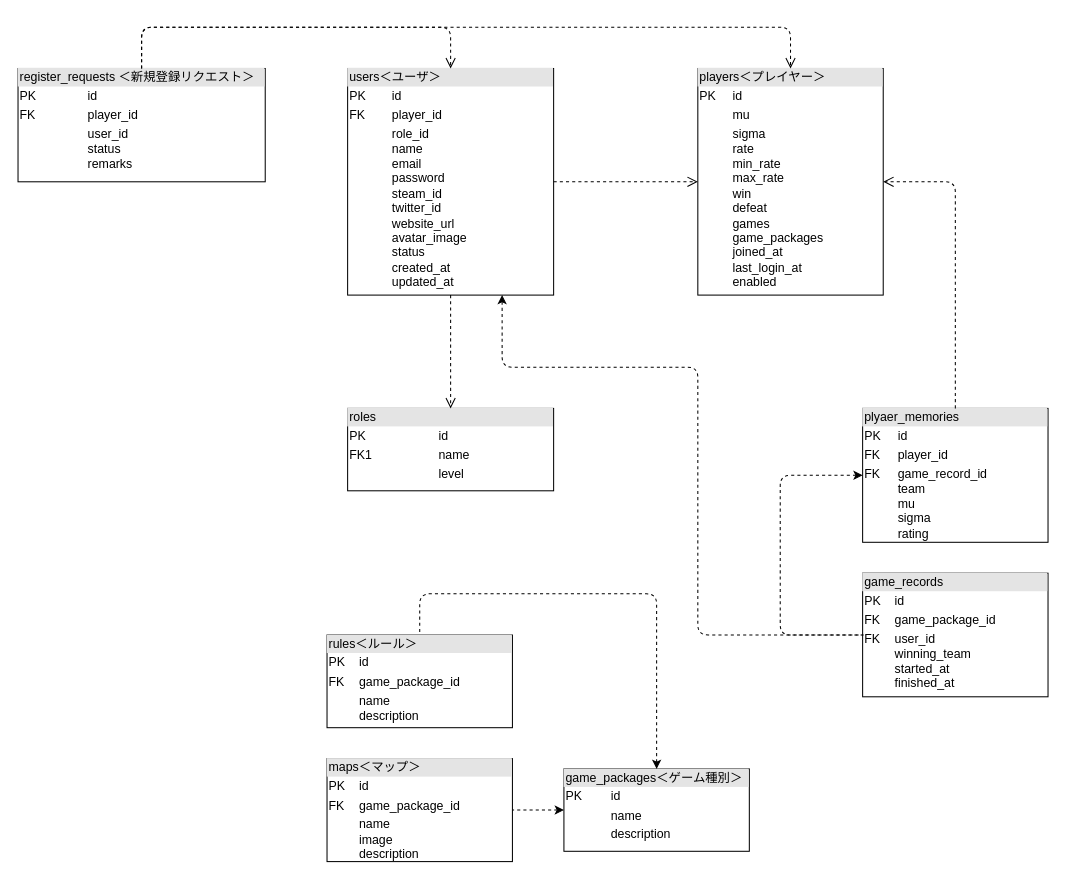
This is docs/wzn_テーブル設計.drawio from sokorahen-szk/warzone-aoe, a draw.io file, before an edit. Source tidied: cells renumbered, new cells numbered last; positions are measured from the earlier drawing's top-left corner, leaving out a move shared by most shapes. Both pictures are drawn from the tidied source at 103%, with x=0, y=0 at pixel (18, 27).
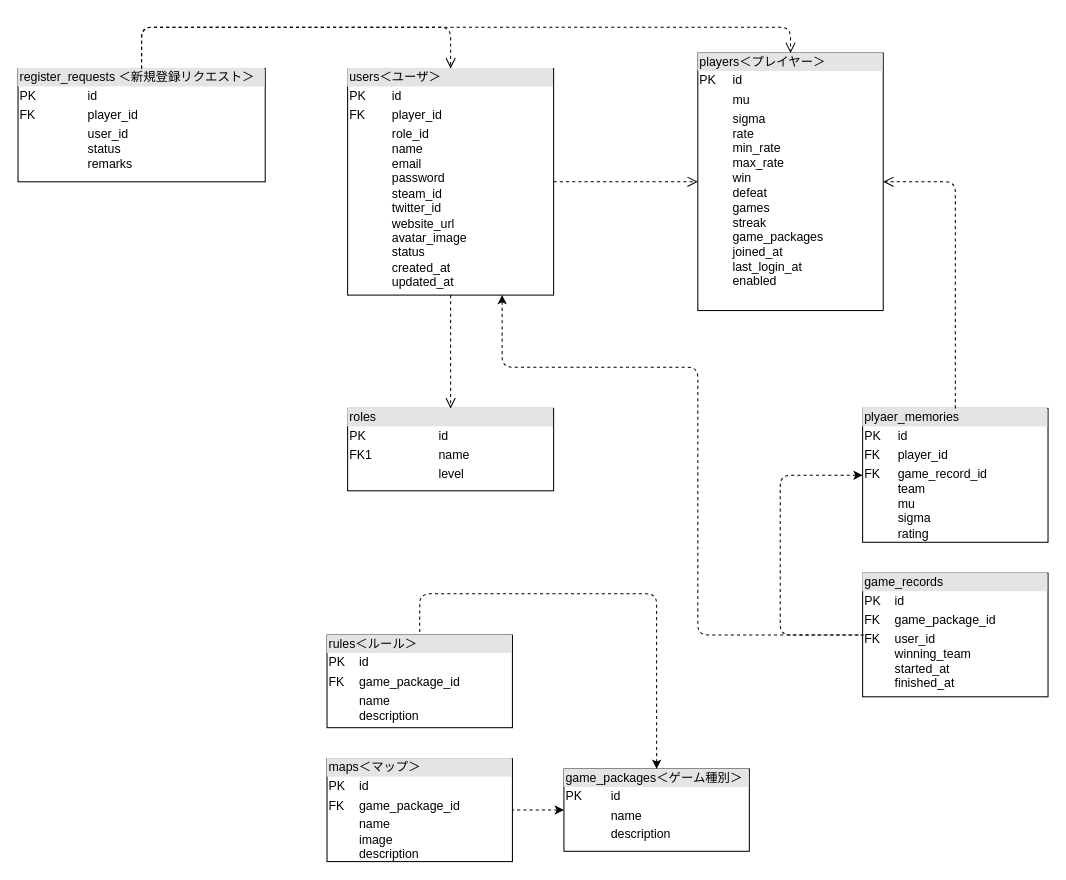
The same diagram, later.

The edit, as a diff of the source:
```diff
@@
-    <mxCell id="3" value="&lt;div style=&quot;box-sizing: border-box ; width: 100% ; background: #e4e4e4 ; padding: 2px&quot;&gt;players＜プレイヤー＞&lt;/div&gt;&lt;table style=&quot;width: 100% ; font-size: 1em&quot; cellpadding=&quot;2&quot; cellspacing=&quot;0&quot;&gt;&lt;tbody&gt;&lt;tr&gt;&lt;td&gt;PK&lt;/td&gt;&lt;td&gt;id&lt;/td&gt;&lt;/tr&gt;&lt;tr&gt;&lt;td&gt;&lt;br&gt;&lt;/td&gt;&lt;td&gt;mu&lt;/td&gt;&lt;/tr&gt;&lt;tr&gt;&lt;td&gt;&lt;/td&gt;&lt;td&gt;sigma&lt;br&gt;rate&lt;br&gt;min_rate&lt;br&gt;max_rate&lt;br&gt;win&lt;br&gt;defeat&lt;br&gt;games&lt;br&gt;game_packages&lt;br&gt;joined_at&lt;br&gt;last_login_at&lt;br&gt;enabled&lt;br&gt;&lt;br&gt;&lt;/td&gt;&lt;/tr&gt;&lt;/tbody&gt;&lt;/table&gt;" style="verticalAlign=top;align=left;overflow=fill;html=1;" parent="1" vertex="1">
-      <mxGeometry x="660" y="40" width="180" height="220" as="geometry" />
+    <mxCell id="3" value="&lt;div style=&quot;box-sizing: border-box ; width: 100% ; background: #e4e4e4 ; padding: 2px&quot;&gt;players＜プレイヤー＞&lt;/div&gt;&lt;table style=&quot;width: 100% ; font-size: 1em&quot; cellpadding=&quot;2&quot; cellspacing=&quot;0&quot;&gt;&lt;tbody&gt;&lt;tr&gt;&lt;td&gt;PK&lt;/td&gt;&lt;td&gt;id&lt;/td&gt;&lt;/tr&gt;&lt;tr&gt;&lt;td&gt;&lt;br&gt;&lt;/td&gt;&lt;td&gt;mu&lt;/td&gt;&lt;/tr&gt;&lt;tr&gt;&lt;td&gt;&lt;/td&gt;&lt;td&gt;sigma&lt;br&gt;rate&lt;br&gt;min_rate&lt;br&gt;max_rate&lt;br&gt;win&lt;br&gt;defeat&lt;br&gt;games&lt;br&gt;streak&lt;br&gt;game_packages&lt;br&gt;joined_at&lt;br&gt;last_login_at&lt;br&gt;enabled&lt;br&gt;&lt;br&gt;&lt;/td&gt;&lt;/tr&gt;&lt;/tbody&gt;&lt;/table&gt;" style="verticalAlign=top;align=left;overflow=fill;html=1;" parent="1" vertex="1">
+      <mxGeometry x="660" y="25" width="180" height="250" as="geometry" />
     </mxCell>
```
